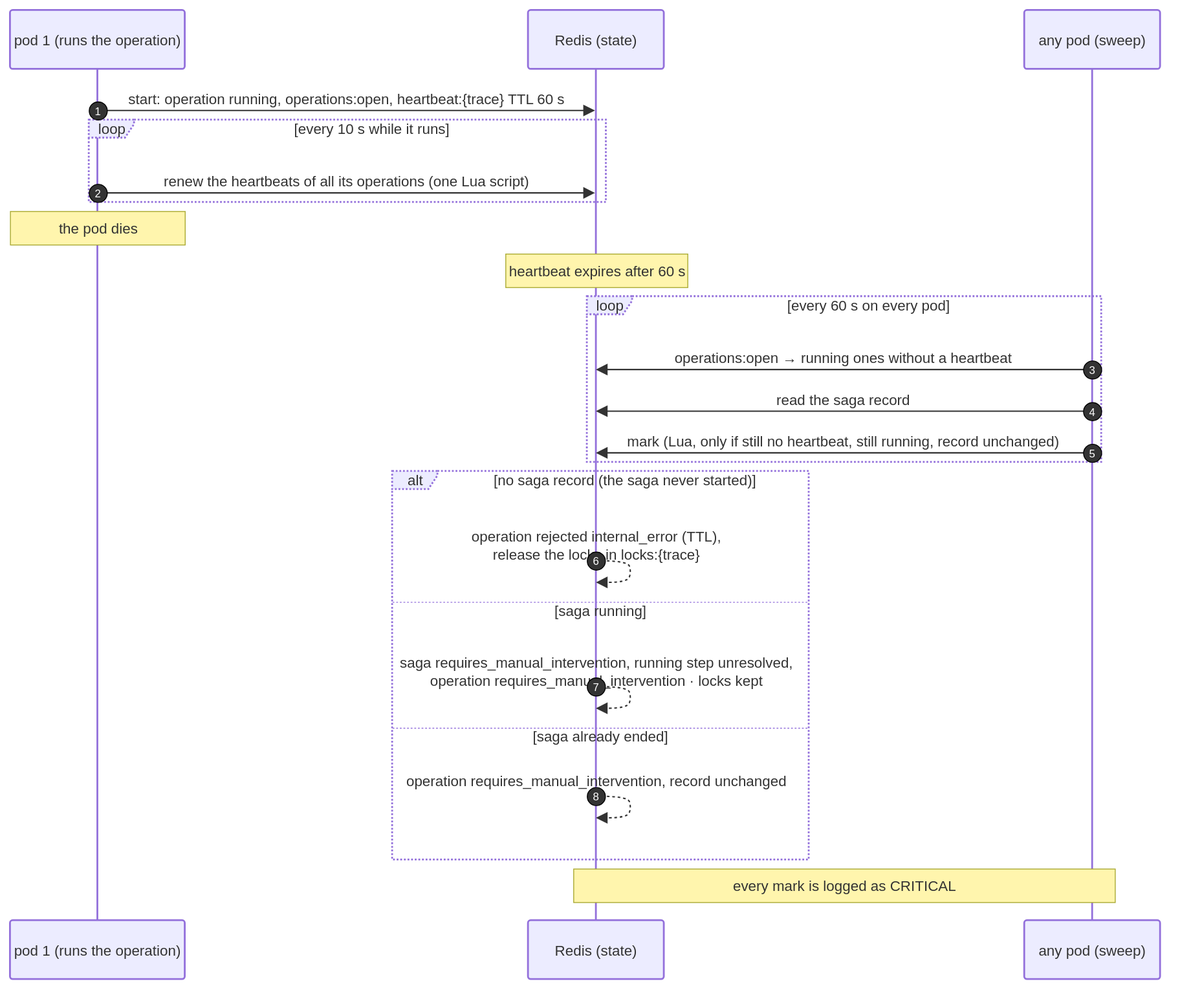
EliShteinman/redis-enterprise-services keeps this draw.io diagram as docs/diagrams/17-flow-crash.drawio.svg. Above is the earlier version. Source tidied: cells renumbered, new cells last; positions are measured from the earlier drawing's top-left corner, leaving out a move shared by most shapes.
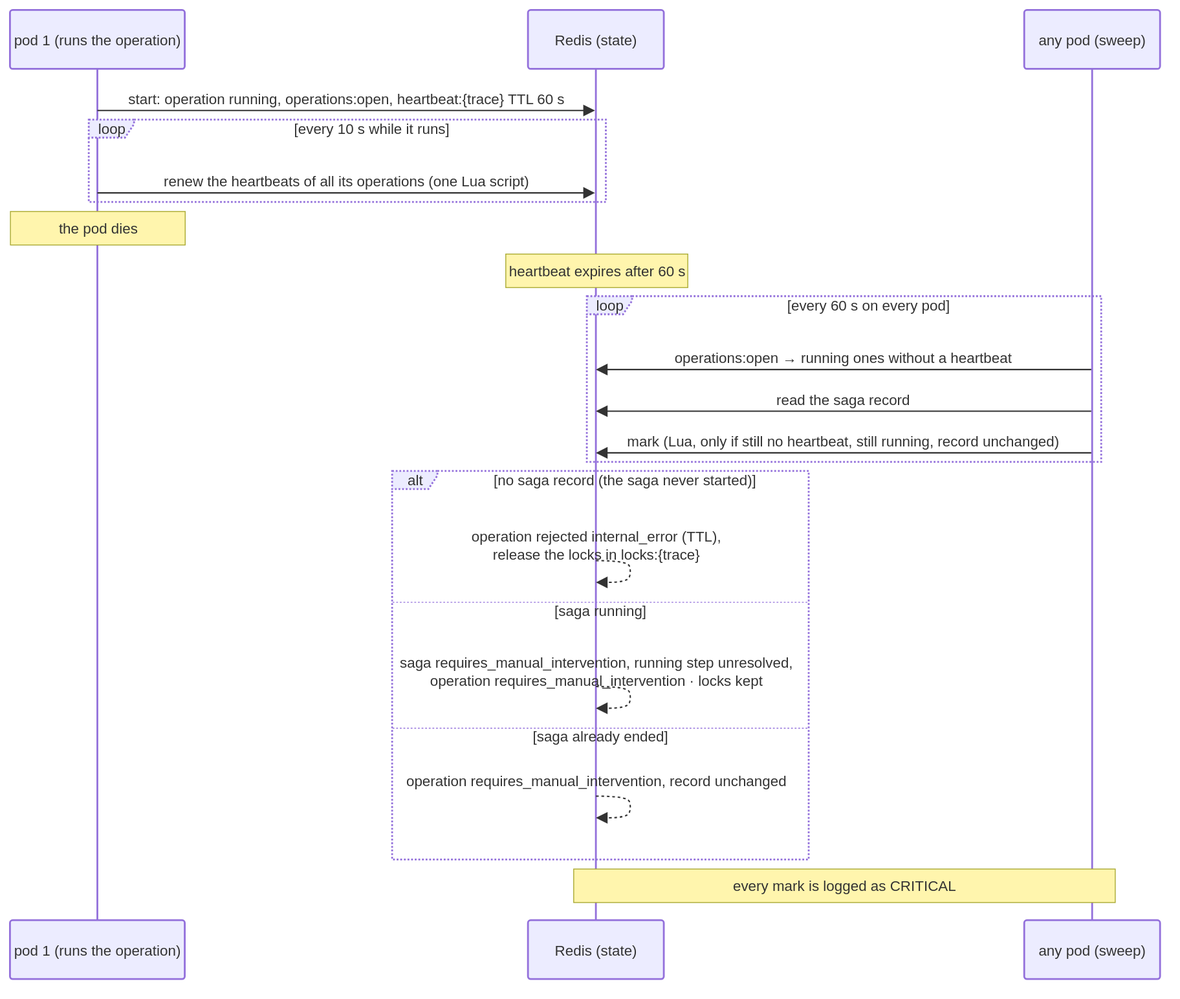
The same diagram one commit later.

Change to the diagram source:
```diff
@@ -48,102 +48,78 @@
         </Array>
       </mxGeometry>
     </mxCell>
-    <mxCell id="16" value="1" style="ellipse;fillColor=light-dark(#333333,#cccccc);align=center;verticalAlign=middle;fontColor=light-dark(#FFFFFF,#333333);fontSize=12;" parent="1" vertex="1">
-      <mxGeometry x="87" y="101" width="20" height="20" as="geometry" />
+    <mxCell id="16" value="renew the heartbeats of all its operations (one Lua script)" style="endArrow=block;endSize=9;verticalAlign=bottom;spacingBottom=2;edgeStyle=sequenceEdgeStyle;libavoidRouting=0;curved=0;rounded=0;fontSize=16;labelBackgroundColor=none;strokeWidth=1.5;strokeColor=light-dark(#333333,#cccccc);fontColor=light-dark(#333333,#cccccc);fontFamily=Trebuchet MS,Verdana,Arial,sans-serif;" parent="1" edge="1" source="2" target="3">
+      <mxGeometry relative="1" as="geometry">
+        <Array as="points">
+          <mxPoint x="372" y="202" />
+        </Array>
+      </mxGeometry>
     </mxCell>
-    <mxCell id="17" value="renew the heartbeats of all its operations (one Lua script)" style="endArrow=block;endSize=9;verticalAlign=bottom;spacingBottom=2;edgeStyle=sequenceEdgeStyle;libavoidRouting=0;curved=0;rounded=0;fontSize=16;labelBackgroundColor=none;strokeWidth=1.5;strokeColor=light-dark(#333333,#cccccc);fontColor=light-dark(#333333,#cccccc);fontFamily=Trebuchet MS,Verdana,Arial,sans-serif;" parent="1" edge="1" source="2" target="3">
+    <mxCell id="17" value="operations:open → running ones without a heartbeat" style="endArrow=block;endSize=9;verticalAlign=bottom;spacingBottom=2;edgeStyle=sequenceEdgeStyle;libavoidRouting=0;curved=0;rounded=0;fontSize=16;labelBackgroundColor=none;strokeWidth=1.5;strokeColor=light-dark(#333333,#cccccc);fontColor=light-dark(#333333,#cccccc);fontFamily=Trebuchet MS,Verdana,Arial,sans-serif;" parent="1" edge="1" source="4" target="3">
       <mxGeometry relative="1" as="geometry">
         <Array as="points">
-          <mxPoint x="372" y="202" />
+          <mxPoint x="921" y="397" />
         </Array>
       </mxGeometry>
     </mxCell>
-    <mxCell id="18" value="2" style="ellipse;fillColor=light-dark(#333333,#cccccc);align=center;verticalAlign=middle;fontColor=light-dark(#FFFFFF,#333333);fontSize=12;" parent="1" vertex="1">
-      <mxGeometry x="87" y="192" width="20" height="20" as="geometry" />
+    <mxCell id="18" value="read the saga record" style="endArrow=block;endSize=9;verticalAlign=bottom;spacingBottom=2;edgeStyle=sequenceEdgeStyle;libavoidRouting=0;curved=0;rounded=0;fontSize=16;labelBackgroundColor=none;strokeWidth=1.5;strokeColor=light-dark(#333333,#cccccc);fontColor=light-dark(#333333,#cccccc);fontFamily=Trebuchet MS,Verdana,Arial,sans-serif;" parent="1" edge="1" source="4" target="3">
+      <mxGeometry relative="1" as="geometry">
+        <Array as="points">
+          <mxPoint x="921" y="443" />
+        </Array>
+      </mxGeometry>
     </mxCell>
-    <mxCell id="19" value="operations:open → running ones without a heartbeat" style="endArrow=block;endSize=9;verticalAlign=bottom;spacingBottom=2;edgeStyle=sequenceEdgeStyle;libavoidRouting=0;curved=0;rounded=0;fontSize=16;labelBackgroundColor=none;strokeWidth=1.5;strokeColor=light-dark(#333333,#cccccc);fontColor=light-dark(#333333,#cccccc);fontFamily=Trebuchet MS,Verdana,Arial,sans-serif;" parent="1" edge="1" source="4" target="3">
+    <mxCell id="19" value="mark (Lua, only if still no heartbeat, still running, record unchanged)" style="endArrow=block;endSize=9;verticalAlign=bottom;spacingBottom=2;edgeStyle=sequenceEdgeStyle;libavoidRouting=0;curved=0;rounded=0;fontSize=16;labelBackgroundColor=none;strokeWidth=1.5;strokeColor=light-dark(#333333,#cccccc);fontColor=light-dark(#333333,#cccccc);fontFamily=Trebuchet MS,Verdana,Arial,sans-serif;" parent="1" edge="1" source="4" target="3">
       <mxGeometry relative="1" as="geometry">
         <Array as="points">
-          <mxPoint x="921" y="397" />
+          <mxPoint x="921" y="489" />
         </Array>
       </mxGeometry>
     </mxCell>
-    <mxCell id="20" value="3" style="ellipse;fillColor=light-dark(#333333,#cccccc);align=center;verticalAlign=middle;fontColor=light-dark(#FFFFFF,#333333);fontSize=12;" parent="1" vertex="1">
-      <mxGeometry x="1185" y="387" width="20" height="20" as="geometry" />
+    <mxCell id="20" style="dashed=1;fixDash=1;dashPattern=3 3;edgeStyle=sequenceEdgeStyle;libavoidRouting=0;curved=1;endArrow=block;endSize=9;verticalAlign=bottom;align=center;fontSize=16;labelBackgroundColor=none;strokeWidth=1.5;strokeColor=light-dark(#333333,#cccccc);fontColor=light-dark(#333333,#cccccc);fontFamily=Trebuchet MS,Verdana,Arial,sans-serif;" parent="1" edge="1" source="3" target="3">
+      <mxGeometry relative="1" as="geometry">
+        <Array as="points">
+          <mxPoint x="682" y="608" />
+          <mxPoint x="686" y="620" />
+          <mxPoint x="682" y="632" />
+        </Array>
+      </mxGeometry>
     </mxCell>
-    <mxCell id="21" value="read the saga record" style="endArrow=block;endSize=9;verticalAlign=bottom;spacingBottom=2;edgeStyle=sequenceEdgeStyle;libavoidRouting=0;curved=0;rounded=0;fontSize=16;labelBackgroundColor=none;strokeWidth=1.5;strokeColor=light-dark(#333333,#cccccc);fontColor=light-dark(#333333,#cccccc);fontFamily=Trebuchet MS,Verdana,Arial,sans-serif;" parent="1" edge="1" source="4" target="3">
-      <mxGeometry relative="1" as="geometry">
-        <Array as="points">
-          <mxPoint x="921" y="443" />
-        </Array>
-      </mxGeometry>
+    <mxCell id="21" value="operation rejected internal_error (TTL),&#10;release the locks in locks:{trace}" style="text;html=1;strokeColor=none;fillColor=none;align=center;verticalAlign=middle;fontFamily=Trebuchet MS,Verdana,Arial,sans-serif;fontSize=16;fontColor=light-dark(#333333,#cccccc);" parent="1" vertex="1">
+      <mxGeometry x="547" y="582" width="200" height="18" as="geometry" />
     </mxCell>
-    <mxCell id="22" value="4" style="ellipse;fillColor=light-dark(#333333,#cccccc);align=center;verticalAlign=middle;fontColor=light-dark(#FFFFFF,#333333);fontSize=12;" parent="1" vertex="1">
-      <mxGeometry x="1185" y="433" width="20" height="20" as="geometry" />
+    <mxCell id="22" style="dashed=1;fixDash=1;dashPattern=3 3;edgeStyle=sequenceEdgeStyle;libavoidRouting=0;curved=1;endArrow=block;endSize=9;verticalAlign=bottom;align=center;fontSize=16;labelBackgroundColor=none;strokeWidth=1.5;strokeColor=light-dark(#333333,#cccccc);fontColor=light-dark(#333333,#cccccc);fontFamily=Trebuchet MS,Verdana,Arial,sans-serif;" parent="1" edge="1" source="3" target="3">
+      <mxGeometry relative="1" as="geometry">
+        <Array as="points">
+          <mxPoint x="682" y="747" />
+          <mxPoint x="686" y="759" />
+          <mxPoint x="682" y="771" />
+        </Array>
+      </mxGeometry>
     </mxCell>
-    <mxCell id="23" value="mark (Lua, only if still no heartbeat, still running, record unchanged)" style="endArrow=block;endSize=9;verticalAlign=bottom;spacingBottom=2;edgeStyle=sequenceEdgeStyle;libavoidRouting=0;curved=0;rounded=0;fontSize=16;labelBackgroundColor=none;strokeWidth=1.5;strokeColor=light-dark(#333333,#cccccc);fontColor=light-dark(#333333,#cccccc);fontFamily=Trebuchet MS,Verdana,Arial,sans-serif;" parent="1" edge="1" source="4" target="3">
-      <mxGeometry relative="1" as="geometry">
-        <Array as="points">
-          <mxPoint x="921" y="489" />
-        </Array>
-      </mxGeometry>
+    <mxCell id="23" value="saga requires_manual_intervention, running step unresolved,&#10;operation requires_manual_intervention · locks kept" style="text;html=1;strokeColor=none;fillColor=none;align=center;verticalAlign=middle;fontFamily=Trebuchet MS,Verdana,Arial,sans-serif;fontSize=16;fontColor=light-dark(#333333,#cccccc);" parent="1" vertex="1">
+      <mxGeometry x="547" y="721" width="200" height="18" as="geometry" />
     </mxCell>
-    <mxCell id="24" value="5" style="ellipse;fillColor=light-dark(#333333,#cccccc);align=center;verticalAlign=middle;fontColor=light-dark(#FFFFFF,#333333);fontSize=12;" parent="1" vertex="1">
-      <mxGeometry x="1185" y="479" width="20" height="20" as="geometry" />
+    <mxCell id="24" style="dashed=1;fixDash=1;dashPattern=3 3;edgeStyle=sequenceEdgeStyle;libavoidRouting=0;curved=1;endArrow=block;endSize=9;verticalAlign=bottom;align=center;fontSize=16;labelBackgroundColor=none;strokeWidth=1.5;strokeColor=light-dark(#333333,#cccccc);fontColor=light-dark(#333333,#cccccc);fontFamily=Trebuchet MS,Verdana,Arial,sans-serif;" parent="1" edge="1" source="3" target="3">
+      <mxGeometry relative="1" as="geometry">
+        <Array as="points">
+          <mxPoint x="682" y="868" />
+          <mxPoint x="686" y="880" />
+          <mxPoint x="682" y="892" />
+        </Array>
+      </mxGeometry>
     </mxCell>
-    <mxCell id="25" style="dashed=1;fixDash=1;dashPattern=3 3;edgeStyle=sequenceEdgeStyle;libavoidRouting=0;curved=1;endArrow=block;endSize=9;verticalAlign=bottom;align=center;fontSize=16;labelBackgroundColor=none;strokeWidth=1.5;strokeColor=light-dark(#333333,#cccccc);fontColor=light-dark(#333333,#cccccc);fontFamily=Trebuchet MS,Verdana,Arial,sans-serif;" parent="1" edge="1" source="3" target="3">
-      <mxGeometry relative="1" as="geometry">
-        <Array as="points">
-          <mxPoint x="682" y="608" />
-          <mxPoint x="686" y="620" />
-          <mxPoint x="682" y="632" />
-        </Array>
-      </mxGeometry>
+    <mxCell id="25" value="operation requires_manual_intervention, record unchanged" style="text;html=1;strokeColor=none;fillColor=none;align=center;verticalAlign=middle;fontFamily=Trebuchet MS,Verdana,Arial,sans-serif;fontSize=16;fontColor=light-dark(#333333,#cccccc);" parent="1" vertex="1">
+      <mxGeometry x="547" y="842" width="200" height="18" as="geometry" />
     </mxCell>
-    <mxCell id="26" value="operation rejected internal_error (TTL),&#10;release the locks in locks:{trace}" style="text;html=1;strokeColor=none;fillColor=none;align=center;verticalAlign=middle;fontFamily=Trebuchet MS,Verdana,Arial,sans-serif;fontSize=16;fontColor=light-dark(#333333,#cccccc);" parent="1" vertex="1">
-      <mxGeometry x="547" y="582" width="200" height="18" as="geometry" />
+    <mxCell id="26" value="the pod dies" style="html=1;fillColor=light-dark(#fff5ad,#2a2a2a);strokeColor=light-dark(#aaaa33,#cccccc);fontColor=light-dark(#333333,#cccccc);fontFamily=Trebuchet MS,Verdana,Arial,sans-serif;fontSize=16;" parent="1" vertex="1">
+      <mxGeometry y="222" width="193" height="37" as="geometry" />
     </mxCell>
-    <mxCell id="27" value="6" style="ellipse;fillColor=light-dark(#333333,#cccccc);align=center;verticalAlign=middle;fontColor=light-dark(#FFFFFF,#333333);fontSize=12;" parent="1" vertex="1">
-      <mxGeometry x="637" y="598" width="20" height="20" as="geometry" />
+    <mxCell id="27" value="heartbeat expires after 60 s" style="html=1;fillColor=light-dark(#fff5ad,#2a2a2a);strokeColor=light-dark(#aaaa33,#cccccc);fontColor=light-dark(#333333,#cccccc);fontFamily=Trebuchet MS,Verdana,Arial,sans-serif;fontSize=16;" parent="1" vertex="1">
+      <mxGeometry x="547" y="269" width="201" height="37" as="geometry" />
     </mxCell>
-    <mxCell id="28" style="dashed=1;fixDash=1;dashPattern=3 3;edgeStyle=sequenceEdgeStyle;libavoidRouting=0;curved=1;endArrow=block;endSize=9;verticalAlign=bottom;align=center;fontSize=16;labelBackgroundColor=none;strokeWidth=1.5;strokeColor=light-dark(#333333,#cccccc);fontColor=light-dark(#333333,#cccccc);fontFamily=Trebuchet MS,Verdana,Arial,sans-serif;" parent="1" edge="1" source="3" target="3">
-      <mxGeometry relative="1" as="geometry">
-        <Array as="points">
-          <mxPoint x="682" y="747" />
-          <mxPoint x="686" y="759" />
-          <mxPoint x="682" y="771" />
-        </Array>
-      </mxGeometry>
+    <mxCell id="28" value="every mark is logged as CRITICAL" style="html=1;fillColor=light-dark(#fff5ad,#2a2a2a);strokeColor=light-dark(#aaaa33,#cccccc);fontColor=light-dark(#333333,#cccccc);fontFamily=Trebuchet MS,Verdana,Arial,sans-serif;fontSize=16;" parent="1" vertex="1">
+      <mxGeometry x="622" y="948" width="598" height="37" as="geometry" />
     </mxCell>
-    <mxCell id="29" value="saga requires_manual_intervention, running step unresolved,&#10;operation requires_manual_intervention · locks kept" style="text;html=1;strokeColor=none;fillColor=none;align=center;verticalAlign=middle;fontFamily=Trebuchet MS,Verdana,Arial,sans-serif;fontSize=16;fontColor=light-dark(#333333,#cccccc);" parent="1" vertex="1">
-      <mxGeometry x="547" y="721" width="200" height="18" as="geometry" />
-    </mxCell>
-    <mxCell id="30" value="7" style="ellipse;fillColor=light-dark(#333333,#cccccc);align=center;verticalAlign=middle;fontColor=light-dark(#FFFFFF,#333333);fontSize=12;" parent="1" vertex="1">
-      <mxGeometry x="637" y="737" width="20" height="20" as="geometry" />
-    </mxCell>
-    <mxCell id="31" style="dashed=1;fixDash=1;dashPattern=3 3;edgeStyle=sequenceEdgeStyle;libavoidRouting=0;curved=1;endArrow=block;endSize=9;verticalAlign=bottom;align=center;fontSize=16;labelBackgroundColor=none;strokeWidth=1.5;strokeColor=light-dark(#333333,#cccccc);fontColor=light-dark(#333333,#cccccc);fontFamily=Trebuchet MS,Verdana,Arial,sans-serif;" parent="1" edge="1" source="3" target="3">
-      <mxGeometry relative="1" as="geometry">
-        <Array as="points">
-          <mxPoint x="682" y="868" />
-          <mxPoint x="686" y="880" />
-          <mxPoint x="682" y="892" />
-        </Array>
-      </mxGeometry>
-    </mxCell>
-    <mxCell id="32" value="operation requires_manual_intervention, record unchanged" style="text;html=1;strokeColor=none;fillColor=none;align=center;verticalAlign=middle;fontFamily=Trebuchet MS,Verdana,Arial,sans-serif;fontSize=16;fontColor=light-dark(#333333,#cccccc);" parent="1" vertex="1">
-      <mxGeometry x="547" y="842" width="200" height="18" as="geometry" />
-    </mxCell>
-    <mxCell id="33" value="8" style="ellipse;fillColor=light-dark(#333333,#cccccc);align=center;verticalAlign=middle;fontColor=light-dark(#FFFFFF,#333333);fontSize=12;" parent="1" vertex="1">
-      <mxGeometry x="637" y="858" width="20" height="20" as="geometry" />
-    </mxCell>
-    <mxCell id="34" value="the pod dies" style="html=1;fillColor=light-dark(#fff5ad,#2a2a2a);strokeColor=light-dark(#aaaa33,#cccccc);fontColor=light-dark(#333333,#cccccc);fontFamily=Trebuchet MS,Verdana,Arial,sans-serif;fontSize=16;" parent="1" vertex="1">
-      <mxGeometry y="222" width="193" height="37" as="geometry" />
-    </mxCell>
-    <mxCell id="35" value="heartbeat expires after 60 s" style="html=1;fillColor=light-dark(#fff5ad,#2a2a2a);strokeColor=light-dark(#aaaa33,#cccccc);fontColor=light-dark(#333333,#cccccc);fontFamily=Trebuchet MS,Verdana,Arial,sans-serif;fontSize=16;" parent="1" vertex="1">
-      <mxGeometry x="547" y="269" width="201" height="37" as="geometry" />
-    </mxCell>
-    <mxCell id="36" value="every mark is logged as CRITICAL" style="html=1;fillColor=light-dark(#fff5ad,#2a2a2a);strokeColor=light-dark(#aaaa33,#cccccc);fontColor=light-dark(#333333,#cccccc);fontFamily=Trebuchet MS,Verdana,Arial,sans-serif;fontSize=16;" parent="1" vertex="1">
-      <mxGeometry x="622" y="948" width="598" height="37" as="geometry" />
-    </mxCell>
   </root>
 </mxGraphModel>
```
